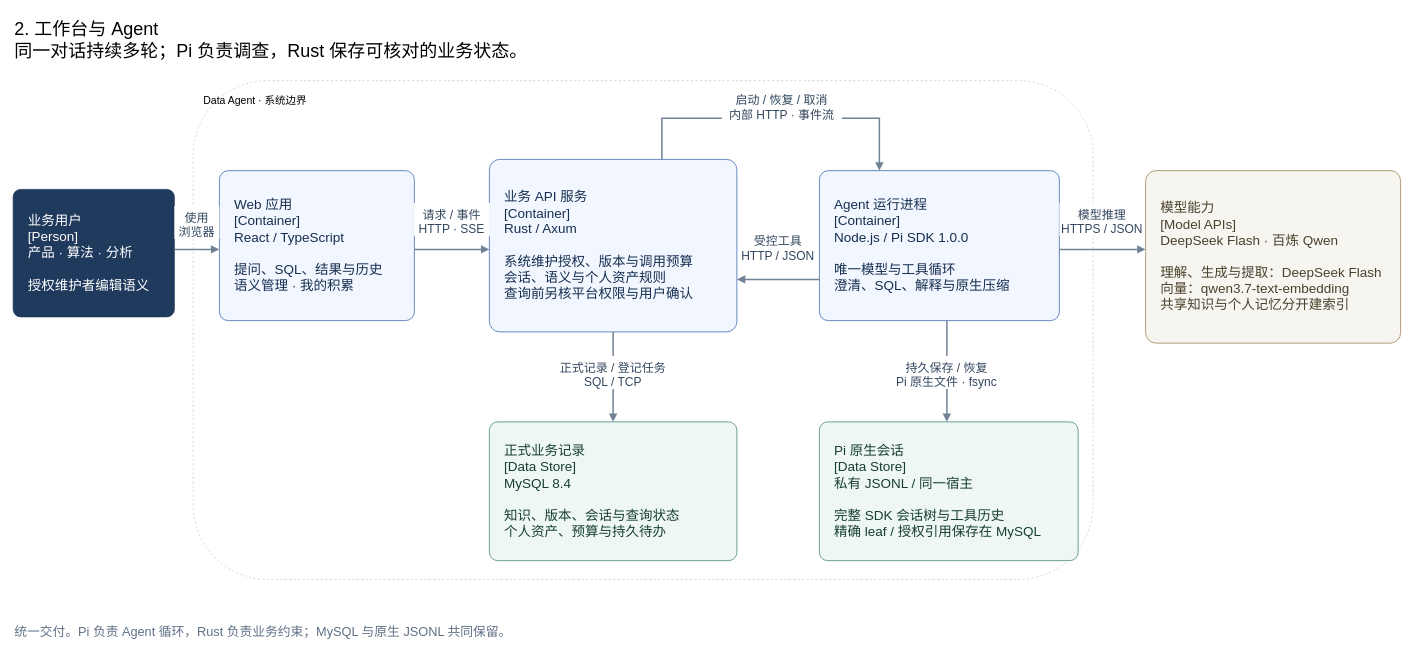
The draw.io diagram page "工作台与 Agent" (2 of 4) of docs/architecture/data-agent-c4-container.drawio in yaoziyaoguai/data_agent, before the edit. Source tidied: cells renumbered, new cells numbered last; positions are measured from the earlier drawing's top-left corner, leaving out a move shared by most shapes. Both pictures are drawn from the tidied source at 75%, with x=0, y=0 at pixel (13, 13).
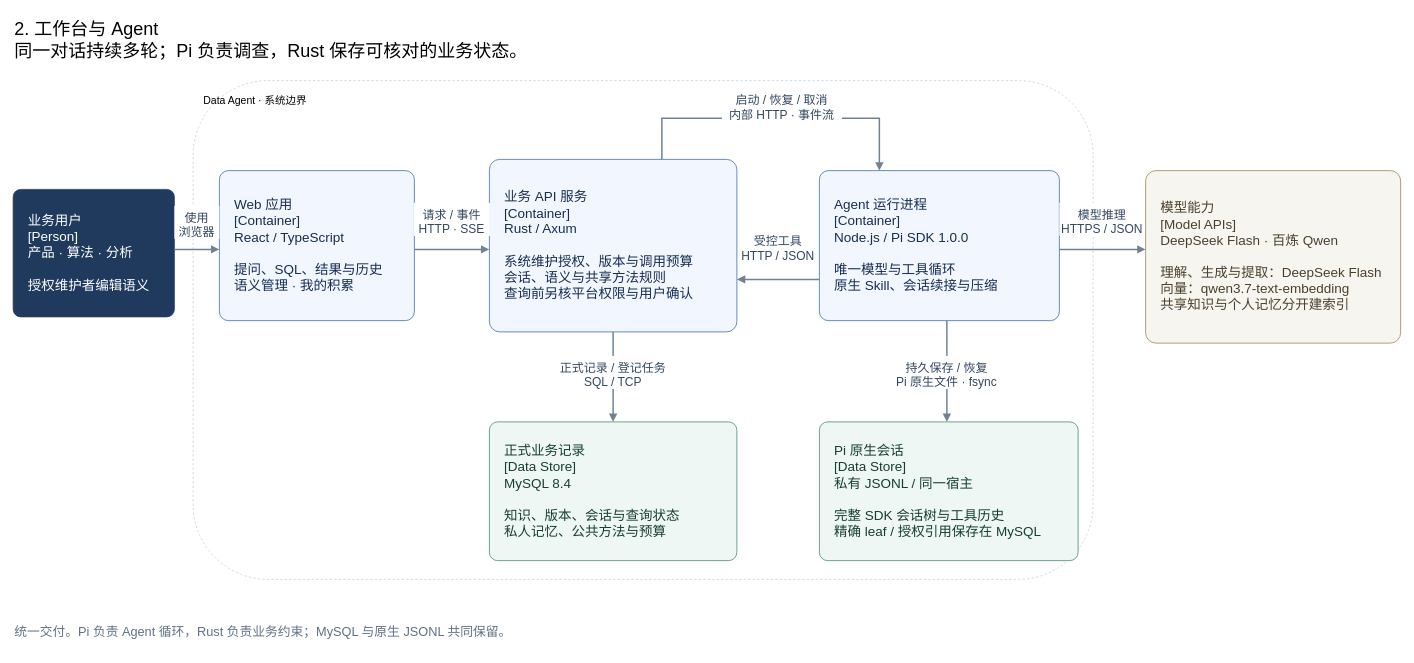
After the change.

The edit, as a diff of the source:
```diff
@@
-    <mxCell id="6" value="业务 API 服务&#10;[Container]&#10;Rust / Axum&#10;&#10;系统维护授权、版本与调用预算&#10;会话、语义与个人资产规则&#10;查询前另核平台权限与用户确认" style="rounded=1;arcSize=6;whiteSpace=wrap;html=0;fillColor=#f1f6ff;strokeColor=#3866ac;fontColor=#172e50;fontSize=18;fontFamily=PingFang SC;align=left;spacing=20;" parent="1" vertex="1">
+    <mxCell id="6" value="业务 API 服务&#10;[Container]&#10;Rust / Axum&#10;&#10;系统维护授权、版本与调用预算&#10;会话、语义与共享方法规则&#10;查询前另核平台权限与用户确认" style="rounded=1;arcSize=6;whiteSpace=wrap;html=0;fillColor=#f1f6ff;strokeColor=#3866ac;fontColor=#172e50;fontSize=18;fontFamily=PingFang SC;align=left;spacing=20;" parent="1" vertex="1">
       <mxGeometry x="635" y="195" width="330" height="230" as="geometry" />
     </mxCell>
-    <mxCell id="7" value="Agent 运行进程&#10;[Container]&#10;Node.js / Pi SDK 1.0.0&#10;&#10;唯一模型与工具循环&#10;澄清、SQL、解释与原生压缩" style="rounded=1;arcSize=6;whiteSpace=wrap;html=0;fillColor=#f1f6ff;strokeColor=#3866ac;fontColor=#172e50;fontSize=18;fontFamily=PingFang SC;align=left;spacing=20;" parent="1" vertex="1">
+    <mxCell id="7" value="Agent 运行进程&#10;[Container]&#10;Node.js / Pi SDK 1.0.0&#10;&#10;唯一模型与工具循环&#10;原生 Skill、会话续接与压缩" style="rounded=1;arcSize=6;whiteSpace=wrap;html=0;fillColor=#f1f6ff;strokeColor=#3866ac;fontColor=#172e50;fontSize=18;fontFamily=PingFang SC;align=left;spacing=20;" parent="1" vertex="1">
       <mxGeometry x="1075" y="210" width="320" height="200" as="geometry" />
     </mxCell>
@@
-    <mxCell id="9" value="正式业务记录&#10;[Data Store]&#10;MySQL 8.4&#10;&#10;知识、版本、会话与查询状态&#10;个人资产、预算与持久待办" style="rounded=1;arcSize=6;whiteSpace=wrap;html=0;fillColor=#eef7f3;strokeColor=#438471;fontColor=#173e34;fontSize=18;fontFamily=PingFang SC;align=left;spacing=20;" parent="1" vertex="1">
+    <mxCell id="9" value="正式业务记录&#10;[Data Store]&#10;MySQL 8.4&#10;&#10;知识、版本、会话与查询状态&#10;私人记忆、公共方法与预算" style="rounded=1;arcSize=6;whiteSpace=wrap;html=0;fillColor=#eef7f3;strokeColor=#438471;fontColor=#173e34;fontSize=18;fontFamily=PingFang SC;align=left;spacing=20;" parent="1" vertex="1">
       <mxGeometry x="635" y="545" width="330" height="185" as="geometry" />
     </mxCell>
```
